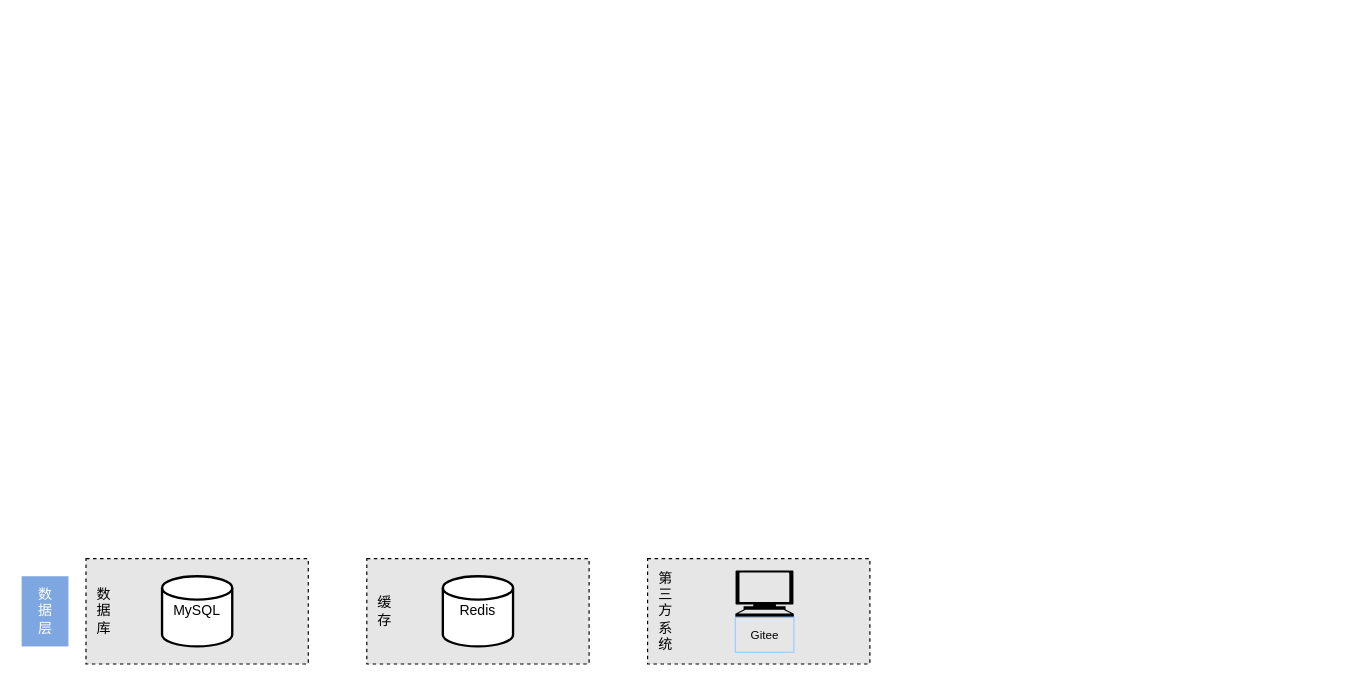
This is weblate/weblate架构图.drawio from weijiang1994/draw-io, a draw.io file, before an edit. Source tidied: cells renumbered, new cells numbered last; positions are measured from the earlier drawing's top-left corner, leaving out a move shared by most shapes. Both pictures are drawn from the tidied source at 117%, with x=0, y=0 at pixel (21, 558).
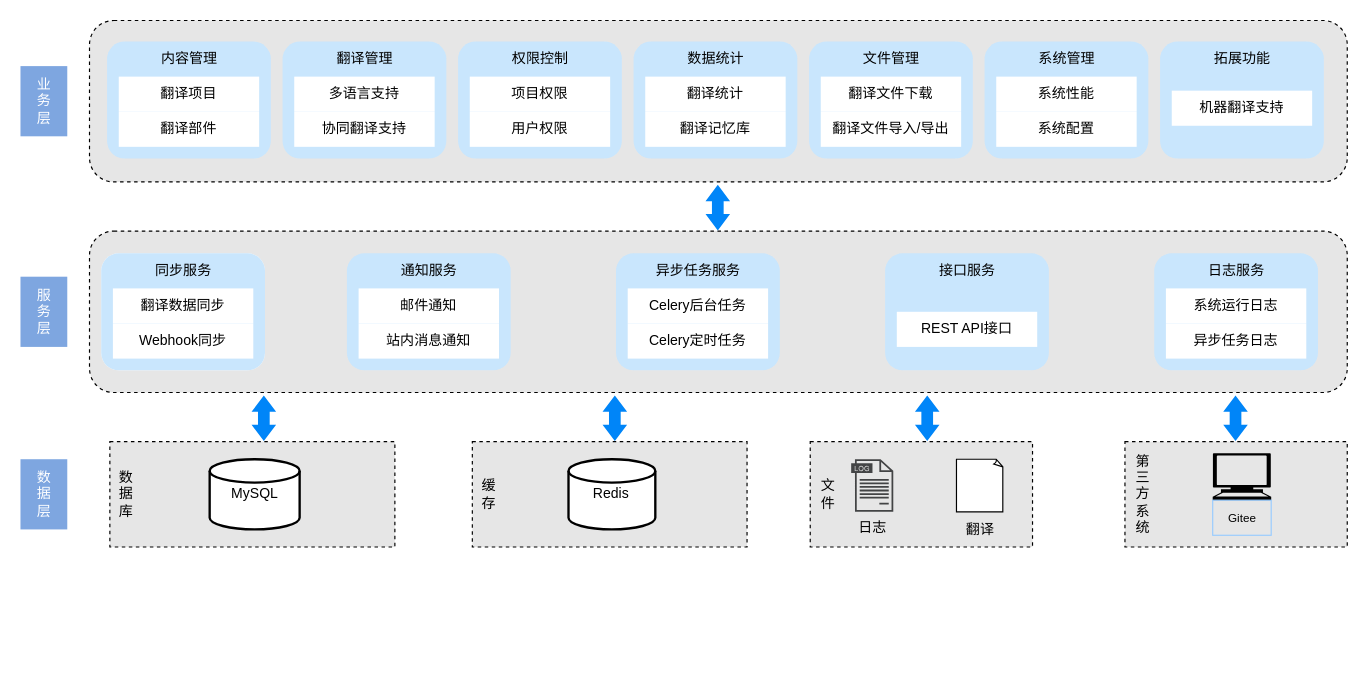
Above is the later version.

Commit message (it also covers changes not shown here):
更新weblate架构图.drawio

The edit, as a diff of the source:
```diff
@@
-    <mxCell id="2" style="group;" parent="1" vertex="1">
-      <mxGeometry width="725" height="90" as="geometry" />
-    </mxCell>
-    <mxCell id="3" style="group;" parent="2" vertex="1">
-      <mxGeometry x="50" width="195" height="90" as="geometry" />
-    </mxCell>
-    <mxCell id="4" style="rounded=0;whiteSpace=wrap;html=1;dashed=1;fillColor=#E6E6E6;" parent="3" vertex="1">
-      <mxGeometry x="5" width="190" height="90" as="geometry" />
-    </mxCell>
-    <mxCell id="5" value="MySQL" style="strokeWidth=2;html=1;shape=mxgraph.flowchart.database;whiteSpace=wrap;" parent="3" vertex="1">
-      <mxGeometry x="70" y="15" width="60" height="60" as="geometry" />
-    </mxCell>
-    <mxCell id="6" value="数&lt;br&gt;据&lt;br&gt;库" style="text;html=1;align=center;verticalAlign=middle;strokeColor=none;fillColor=none;" parent="3" vertex="1">
-      <mxGeometry y="15" width="40" height="60" as="geometry" />
-    </mxCell>
+    <mxCell id="18" style="rounded=1;whiteSpace=wrap;html=1;dashed=1;fillColor=#E6E6E6;" parent="1" vertex="1">
+      <mxGeometry x="58" y="-280" width="1075" height="138" as="geometry" />
+    </mxCell>
+    <mxCell id="19" style="group;fillColor=default;strokeColor=none;rounded=1;" parent="1" vertex="1">
+      <mxGeometry x="68" y="-261" width="140" height="100" as="geometry" />
+    </mxCell>
+    <mxCell id="20" style="rounded=1;whiteSpace=wrap;html=1;dashed=1;fillColor=#C9E6FD;strokeColor=none;" parent="19" vertex="1">
+      <mxGeometry width="140" height="100" as="geometry" />
+    </mxCell>
+    <mxCell id="21" value="翻译数据同步" style="rounded=0;whiteSpace=wrap;html=1;strokeColor=none;" parent="19" vertex="1">
+      <mxGeometry x="10" y="30" width="120" height="30" as="geometry" />
+    </mxCell>
+    <mxCell id="22" style="edgeStyle=orthogonalEdgeStyle;rounded=0;orthogonalLoop=1;jettySize=auto;html=1;exitX=0.5;exitY=1;exitDx=0;exitDy=0;" parent="19" edge="1" source="21" target="21">
+      <mxGeometry relative="1" as="geometry" />
+    </mxCell>
+    <mxCell id="23" value="Webhook同步" style="rounded=0;whiteSpace=wrap;html=1;strokeColor=none;" parent="19" vertex="1">
+      <mxGeometry x="10" y="60" width="120" height="30" as="geometry" />
+    </mxCell>
+    <mxCell id="24" value="同步服务" style="text;html=1;align=center;verticalAlign=middle;strokeColor=none;fillColor=none;" parent="19" vertex="1">
+      <mxGeometry x="35" width="70" height="30" as="geometry" />
+    </mxCell>
+    <mxCell id="25" style="group;" parent="1" vertex="1">
+      <mxGeometry x="278" y="-261" width="140" height="100" as="geometry" />
+    </mxCell>
+    <mxCell id="26" style="rounded=1;whiteSpace=wrap;html=1;dashed=1;fillColor=#C9E6FD;strokeColor=none;" parent="25" vertex="1">
+      <mxGeometry width="140" height="100" as="geometry" />
+    </mxCell>
+    <mxCell id="27" value="邮件通知" style="rounded=0;whiteSpace=wrap;html=1;strokeColor=none;" parent="25" vertex="1">
+      <mxGeometry x="10" y="30" width="120" height="30" as="geometry" />
+    </mxCell>
+    <mxCell id="28" style="edgeStyle=orthogonalEdgeStyle;rounded=0;orthogonalLoop=1;jettySize=auto;html=1;exitX=0.5;exitY=1;exitDx=0;exitDy=0;" parent="25" edge="1" source="27" target="27">
+      <mxGeometry relative="1" as="geometry" />
+    </mxCell>
+    <mxCell id="29" value="站内消息通知" style="rounded=0;whiteSpace=wrap;html=1;strokeColor=none;" parent="25" vertex="1">
+      <mxGeometry x="10" y="60" width="120" height="30" as="geometry" />
+    </mxCell>
+    <mxCell id="30" value="通知服务" style="text;html=1;align=center;verticalAlign=middle;strokeColor=none;fillColor=none;" parent="25" vertex="1">
+      <mxGeometry x="35" width="70" height="30" as="geometry" />
+    </mxCell>
+    <mxCell id="31" style="group;" parent="1" vertex="1">
+      <mxGeometry x="508" y="-261" width="140" height="100" as="geometry" />
+    </mxCell>
+    <mxCell id="32" style="rounded=1;whiteSpace=wrap;html=1;dashed=1;fillColor=#C9E6FD;strokeColor=none;" parent="31" vertex="1">
+      <mxGeometry width="140" height="100" as="geometry" />
+    </mxCell>
+    <mxCell id="33" value="Celery后台任务" style="rounded=0;whiteSpace=wrap;html=1;strokeColor=none;" parent="31" vertex="1">
+      <mxGeometry x="10" y="30" width="120" height="30" as="geometry" />
+    </mxCell>
+    <mxCell id="34" style="edgeStyle=orthogonalEdgeStyle;rounded=0;orthogonalLoop=1;jettySize=auto;html=1;exitX=0.5;exitY=1;exitDx=0;exitDy=0;" parent="31" edge="1" source="33" target="33">
+      <mxGeometry relative="1" as="geometry" />
+    </mxCell>
+    <mxCell id="35" value="Celery定时任务" style="rounded=0;whiteSpace=wrap;html=1;strokeColor=none;" parent="31" vertex="1">
+      <mxGeometry x="10" y="60" width="120" height="30" as="geometry" />
+    </mxCell>
+    <mxCell id="36" value="异步任务服务" style="text;html=1;align=center;verticalAlign=middle;strokeColor=none;fillColor=none;" parent="31" vertex="1">
+      <mxGeometry x="20" width="100" height="30" as="geometry" />
+    </mxCell>
+    <mxCell id="37" style="group;" parent="1" vertex="1">
+      <mxGeometry x="738" y="-261" width="140" height="100" as="geometry" />
+    </mxCell>
+    <mxCell id="38" style="rounded=1;whiteSpace=wrap;html=1;dashed=1;fillColor=#C9E6FD;strokeColor=none;" parent="37" vertex="1">
+      <mxGeometry width="140" height="100" as="geometry" />
+    </mxCell>
+    <mxCell id="39" value="REST API接口" style="rounded=0;whiteSpace=wrap;html=1;strokeColor=none;" parent="37" vertex="1">
+      <mxGeometry x="10" y="50" width="120" height="30" as="geometry" />
+    </mxCell>
+    <mxCell id="40" style="edgeStyle=orthogonalEdgeStyle;rounded=0;orthogonalLoop=1;jettySize=auto;html=1;exitX=0.5;exitY=1;exitDx=0;exitDy=0;" parent="37" edge="1" source="39" target="39">
+      <mxGeometry relative="1" as="geometry" />
+    </mxCell>
+    <mxCell id="41" value="接口服务" style="text;html=1;align=center;verticalAlign=middle;strokeColor=none;fillColor=none;" parent="37" vertex="1">
+      <mxGeometry x="35" width="70" height="30" as="geometry" />
+    </mxCell>
+    <mxCell id="42" style="shape=flexArrow;endArrow=classic;startArrow=classic;html=1;rounded=0;endWidth=10;endSize=4.33;startWidth=10;startSize=4.33;fillColor=#0085F8;strokeColor=none;" parent="1" edge="1">
+      <mxGeometry relative="1" as="geometry">
+        <mxPoint x="595" y="-280" as="sourcePoint" />
+        <mxPoint x="595" y="-320" as="targetPoint" />
+      </mxGeometry>
+    </mxCell>
-    <mxCell id="7" style="group;" parent="2" vertex="1">
-      <mxGeometry x="290" width="195" height="90" as="geometry" />
+    <mxCell id="7" style="group;" parent="1" vertex="1">
+      <mxGeometry x="379" y="-100" width="241" height="90" as="geometry" />
     </mxCell>
     <mxCell id="8" style="rounded=0;whiteSpace=wrap;html=1;dashed=1;fillColor=#E6E6E6;" parent="7" vertex="1">
-      <mxGeometry x="5" width="190" height="90" as="geometry" />
+      <mxGeometry x="6.2" width="234.8" height="90" as="geometry" />
     </mxCell>
     <mxCell id="9" value="Redis" style="strokeWidth=2;html=1;shape=mxgraph.flowchart.database;whiteSpace=wrap;" parent="7" vertex="1">
-      <mxGeometry x="70" y="15" width="60" height="60" as="geometry" />
+      <mxGeometry x="88.4" y="15" width="74.2" height="60" as="geometry" />
     </mxCell>
@@
-    <mxCell id="11" style="group;" parent="2" vertex="1">
-      <mxGeometry x="530" width="195" height="90" as="geometry" />
-    </mxCell>
+    <mxCell id="17" value="数&lt;br&gt;据&lt;br&gt;层" style="text;html=1;align=center;verticalAlign=middle;strokeColor=none;fillColor=#7EA6E0;fontColor=#FFFFFF;" parent="1" vertex="1">
+      <mxGeometry x="-1" y="-85" width="40" height="60" as="geometry" />
+    </mxCell>
+    <mxCell id="43" style="group;" parent="1" vertex="1">
+      <mxGeometry x="669" y="-100" width="195" height="90" as="geometry" />
+    </mxCell>
+    <mxCell id="4" style="rounded=0;whiteSpace=wrap;html=1;dashed=1;fillColor=#E6E6E6;" parent="43" vertex="1">
+      <mxGeometry x="5" width="190" height="90" as="geometry" />
+    </mxCell>
+    <mxCell id="44" value="文&lt;br&gt;件" style="text;html=1;align=center;verticalAlign=middle;strokeColor=none;fillColor=none;" parent="43" vertex="1">
+      <mxGeometry y="25" width="40" height="40" as="geometry" />
+    </mxCell>
+    <mxCell id="45" value="日志" style="sketch=0;shadow=0;dashed=0;html=1;strokeColor=none;fillColor=#434445;labelPosition=center;verticalLabelPosition=bottom;verticalAlign=top;align=center;shape=mxgraph.vvd.log_files;" parent="43" vertex="1">
+      <mxGeometry x="40" y="15" width="36" height="45" as="geometry" />
+    </mxCell>
+    <mxCell id="46" style="whiteSpace=wrap;html=1;shape=mxgraph.basic.document;" parent="43" vertex="1">
+      <mxGeometry x="130" y="15" width="40" height="45" as="geometry" />
+    </mxCell>
+    <mxCell id="47" value="翻译" style="text;html=1;align=center;verticalAlign=middle;strokeColor=none;fillColor=none;" parent="43" vertex="1">
+      <mxGeometry x="125" y="60" width="50" height="30" as="geometry" />
+    </mxCell>
+    <mxCell id="48" style="group;" parent="1" vertex="1">
+      <mxGeometry x="938" y="-100" width="195" height="90" as="geometry" />
+    </mxCell>
-    <mxCell id="12" style="rounded=0;whiteSpace=wrap;html=1;dashed=1;fillColor=#E6E6E6;" parent="11" vertex="1">
+    <mxCell id="12" style="rounded=0;whiteSpace=wrap;html=1;dashed=1;fillColor=#E6E6E6;" parent="48" vertex="1">
       <mxGeometry x="5" width="190" height="90" as="geometry" />
     </mxCell>
-    <mxCell id="13" value="第&lt;br&gt;三&lt;br&gt;方&lt;br&gt;系&lt;br&gt;统" style="text;html=1;align=center;verticalAlign=middle;strokeColor=none;fillColor=none;" parent="11" vertex="1">
+    <mxCell id="13" value="第&lt;br&gt;三&lt;br&gt;方&lt;br&gt;系&lt;br&gt;统" style="text;html=1;align=center;verticalAlign=middle;strokeColor=none;fillColor=none;" parent="48" vertex="1">
       <mxGeometry width="40" height="90" as="geometry" />
     </mxCell>
-    <mxCell id="14" style="group;" parent="11" vertex="1">
+    <mxCell id="14" style="group;" parent="48" vertex="1">
       <mxGeometry x="80" y="10" width="50" height="70" as="geometry" />
     </mxCell>
@@
-    <mxCell id="17" value="数&lt;br&gt;据&lt;br&gt;层" style="text;html=1;align=center;verticalAlign=middle;strokeColor=none;fillColor=#7EA6E0;fontColor=#FFFFFF;" parent="2" vertex="1">
-      <mxGeometry y="15" width="40" height="60" as="geometry" />
-    </mxCell>
+    <mxCell id="49" style="group;" parent="1" vertex="1">
+      <mxGeometry x="69" y="-100" width="250" height="90" as="geometry" />
+    </mxCell>
+    <mxCell id="50" style="rounded=0;whiteSpace=wrap;html=1;dashed=1;fillColor=#E6E6E6;" parent="49" vertex="1">
+      <mxGeometry x="6.4" width="243.6" height="90" as="geometry" />
+    </mxCell>
+    <mxCell id="5" value="MySQL" style="strokeWidth=2;html=1;shape=mxgraph.flowchart.database;whiteSpace=wrap;" parent="49" vertex="1">
+      <mxGeometry x="91.7" y="15" width="76.9" height="60" as="geometry" />
+    </mxCell>
+    <mxCell id="6" value="数&lt;br&gt;据&lt;br&gt;库" style="text;html=1;align=center;verticalAlign=middle;strokeColor=none;fillColor=none;" parent="49" vertex="1">
+      <mxGeometry y="15" width="40" height="60" as="geometry" />
+    </mxCell>
+    <mxCell id="51" value="服&lt;br&gt;务&lt;br&gt;层" style="text;html=1;align=center;verticalAlign=middle;strokeColor=none;fillColor=#7EA6E0;fontColor=#FFFFFF;" parent="1" vertex="1">
+      <mxGeometry x="-1" y="-241" width="40" height="60" as="geometry" />
+    </mxCell>
+    <mxCell id="52" style="group;" parent="1" vertex="1">
+      <mxGeometry x="968" y="-261" width="140" height="100" as="geometry" />
+    </mxCell>
+    <mxCell id="53" style="rounded=1;whiteSpace=wrap;html=1;dashed=1;fillColor=#C9E6FD;strokeColor=none;" parent="52" vertex="1">
+      <mxGeometry width="140" height="100" as="geometry" />
+    </mxCell>
+    <mxCell id="54" value="系统运行日志" style="rounded=0;whiteSpace=wrap;html=1;strokeColor=none;" parent="52" vertex="1">
+      <mxGeometry x="10" y="30" width="120" height="30" as="geometry" />
+    </mxCell>
+    <mxCell id="55" style="edgeStyle=orthogonalEdgeStyle;rounded=0;orthogonalLoop=1;jettySize=auto;html=1;exitX=0.5;exitY=1;exitDx=0;exitDy=0;" parent="52" edge="1" source="54" target="54">
+      <mxGeometry relative="1" as="geometry" />
+    </mxCell>
+    <mxCell id="56" value="异步任务日志" style="rounded=0;whiteSpace=wrap;html=1;strokeColor=none;" parent="52" vertex="1">
+      <mxGeometry x="10" y="60" width="120" height="30" as="geometry" />
+    </mxCell>
+    <mxCell id="57" value="日志服务" style="text;html=1;align=center;verticalAlign=middle;strokeColor=none;fillColor=none;" parent="52" vertex="1">
+      <mxGeometry x="35" width="70" height="30" as="geometry" />
+    </mxCell>
+    <mxCell id="58" value="业&lt;br&gt;务&lt;br&gt;层" style="text;html=1;align=center;verticalAlign=middle;strokeColor=none;fillColor=#7EA6E0;fontColor=#FFFFFF;" parent="1" vertex="1">
+      <mxGeometry x="-1" y="-421" width="40" height="60" as="geometry" />
+    </mxCell>
+    <mxCell id="59" style="group;" parent="1" vertex="1">
+      <mxGeometry x="58" y="-460" width="1075" height="138" as="geometry" />
+    </mxCell>
+    <mxCell id="60" style="rounded=1;whiteSpace=wrap;html=1;dashed=1;fillColor=#E6E6E6;" parent="59" vertex="1">
+      <mxGeometry width="1075" height="138" as="geometry" />
+    </mxCell>
+    <mxCell id="61" style="group;" parent="59" vertex="1">
+      <mxGeometry x="15" y="18" width="140" height="100" as="geometry" />
+    </mxCell>
+    <mxCell id="62" style="rounded=1;whiteSpace=wrap;html=1;dashed=1;fillColor=#C9E6FD;strokeColor=none;" parent="61" vertex="1">
+      <mxGeometry width="140" height="100" as="geometry" />
+    </mxCell>
+    <mxCell id="63" value="翻译项目" style="rounded=0;whiteSpace=wrap;html=1;strokeColor=none;" parent="61" vertex="1">
+      <mxGeometry x="10" y="30" width="120" height="30" as="geometry" />
+    </mxCell>
+    <mxCell id="64" style="edgeStyle=orthogonalEdgeStyle;rounded=0;orthogonalLoop=1;jettySize=auto;html=1;exitX=0.5;exitY=1;exitDx=0;exitDy=0;" parent="61" edge="1" source="63" target="63">
+      <mxGeometry relative="1" as="geometry" />
+    </mxCell>
+    <mxCell id="65" value="翻译部件" style="rounded=0;whiteSpace=wrap;html=1;strokeColor=none;" parent="61" vertex="1">
+      <mxGeometry x="10" y="60" width="120" height="30" as="geometry" />
+    </mxCell>
+    <mxCell id="66" value="内容管理" style="text;html=1;align=center;verticalAlign=middle;strokeColor=none;fillColor=none;" parent="61" vertex="1">
+      <mxGeometry x="35" width="70" height="30" as="geometry" />
+    </mxCell>
+    <mxCell id="67" style="group;" parent="59" vertex="1">
+      <mxGeometry x="165" y="18" width="140" height="100" as="geometry" />
+    </mxCell>
+    <mxCell id="68" style="rounded=1;whiteSpace=wrap;html=1;dashed=1;fillColor=#C9E6FD;strokeColor=none;" parent="67" vertex="1">
+      <mxGeometry width="140" height="100" as="geometry" />
+    </mxCell>
+    <mxCell id="69" value="多语言支持" style="rounded=0;whiteSpace=wrap;html=1;strokeColor=none;" parent="67" vertex="1">
+      <mxGeometry x="10" y="30" width="120" height="30" as="geometry" />
+    </mxCell>
+    <mxCell id="70" style="edgeStyle=orthogonalEdgeStyle;rounded=0;orthogonalLoop=1;jettySize=auto;html=1;exitX=0.5;exitY=1;exitDx=0;exitDy=0;" parent="67" edge="1" source="69" target="69">
+      <mxGeometry relative="1" as="geometry" />
+    </mxCell>
+    <mxCell id="71" value="协同翻译支持" style="rounded=0;whiteSpace=wrap;html=1;strokeColor=none;" parent="67" vertex="1">
+      <mxGeometry x="10" y="60" width="120" height="30" as="geometry" />
+    </mxCell>
+    <mxCell id="72" value="翻译管理" style="text;html=1;align=center;verticalAlign=middle;strokeColor=none;fillColor=none;" parent="67" vertex="1">
+      <mxGeometry x="35" width="70" height="30" as="geometry" />
+    </mxCell>
+    <mxCell id="73" style="group;" parent="59" vertex="1">
+      <mxGeometry x="315" y="18" width="140" height="100" as="geometry" />
+    </mxCell>
+    <mxCell id="74" style="rounded=1;whiteSpace=wrap;html=1;dashed=1;fillColor=#C9E6FD;strokeColor=none;" parent="73" vertex="1">
+      <mxGeometry width="140" height="100" as="geometry" />
+    </mxCell>
+    <mxCell id="75" value="项目权限" style="rounded=0;whiteSpace=wrap;html=1;strokeColor=none;" parent="73" vertex="1">
+      <mxGeometry x="10" y="30" width="120" height="30" as="geometry" />
+    </mxCell>
+    <mxCell id="76" style="edgeStyle=orthogonalEdgeStyle;rounded=0;orthogonalLoop=1;jettySize=auto;html=1;exitX=0.5;exitY=1;exitDx=0;exitDy=0;" parent="73" edge="1" source="75" target="75">
+      <mxGeometry relative="1" as="geometry" />
+    </mxCell>
+    <mxCell id="77" value="用户权限" style="rounded=0;whiteSpace=wrap;html=1;strokeColor=none;" parent="73" vertex="1">
+      <mxGeometry x="10" y="60" width="120" height="30" as="geometry" />
+    </mxCell>
+    <mxCell id="78" value="权限控制" style="text;html=1;align=center;verticalAlign=middle;strokeColor=none;fillColor=none;" parent="73" vertex="1">
+      <mxGeometry x="35" width="70" height="30" as="geometry" />
+    </mxCell>
+    <mxCell id="79" style="group;" parent="59" vertex="1">
+      <mxGeometry x="915" y="18" width="140" height="100" as="geometry" />
+    </mxCell>
+    <mxCell id="80" style="rounded=1;whiteSpace=wrap;html=1;dashed=1;fillColor=#C9E6FD;strokeColor=none;" parent="79" vertex="1">
+      <mxGeometry width="140" height="100" as="geometry" />
+    </mxCell>
+    <mxCell id="81" value="机器翻译支持" style="rounded=0;whiteSpace=wrap;html=1;strokeColor=none;" parent="79" vertex="1">
+      <mxGeometry x="10" y="42" width="120" height="30" as="geometry" />
+    </mxCell>
+    <mxCell id="82" style="edgeStyle=orthogonalEdgeStyle;rounded=0;orthogonalLoop=1;jettySize=auto;html=1;exitX=0.5;exitY=1;exitDx=0;exitDy=0;" parent="79" edge="1" source="81" target="81">
+      <mxGeometry relative="1" as="geometry" />
+    </mxCell>
+    <mxCell id="83" value="拓展功能" style="text;html=1;align=center;verticalAlign=middle;strokeColor=none;fillColor=none;" parent="79" vertex="1">
+      <mxGeometry x="35" width="70" height="30" as="geometry" />
+    </mxCell>
+    <mxCell id="84" style="group;" parent="59" vertex="1">
+      <mxGeometry x="765" y="18" width="140" height="100" as="geometry" />
+    </mxCell>
+    <mxCell id="85" style="rounded=1;whiteSpace=wrap;html=1;dashed=1;fillColor=#C9E6FD;strokeColor=none;" parent="84" vertex="1">
+      <mxGeometry width="140" height="100" as="geometry" />
+    </mxCell>
+    <mxCell id="86" value="系统性能" style="rounded=0;whiteSpace=wrap;html=1;strokeColor=none;" parent="84" vertex="1">
+      <mxGeometry x="10" y="30" width="120" height="30" as="geometry" />
+    </mxCell>
+    <mxCell id="87" style="edgeStyle=orthogonalEdgeStyle;rounded=0;orthogonalLoop=1;jettySize=auto;html=1;exitX=0.5;exitY=1;exitDx=0;exitDy=0;" parent="84" edge="1" source="86" target="86">
+      <mxGeometry relative="1" as="geometry" />
+    </mxCell>
+    <mxCell id="88" value="系统配置" style="rounded=0;whiteSpace=wrap;html=1;strokeColor=none;" parent="84" vertex="1">
+      <mxGeometry x="10" y="60" width="120" height="30" as="geometry" />
+    </mxCell>
+    <mxCell id="89" value="系统管理" style="text;html=1;align=center;verticalAlign=middle;strokeColor=none;fillColor=none;" parent="84" vertex="1">
+      <mxGeometry x="35" width="70" height="30" as="geometry" />
+    </mxCell>
+    <mxCell id="90" style="group;" parent="59" vertex="1">
+      <mxGeometry x="465" y="18" width="140" height="100" as="geometry" />
+    </mxCell>
+    <mxCell id="91" style="rounded=1;whiteSpace=wrap;html=1;dashed=1;fillColor=#C9E6FD;strokeColor=none;" parent="90" vertex="1">
+      <mxGeometry width="140" height="100" as="geometry" />
+    </mxCell>
+    <mxCell id="92" value="翻译统计" style="rounded=0;whiteSpace=wrap;html=1;strokeColor=none;" parent="90" vertex="1">
+      <mxGeometry x="10" y="30" width="120" height="30" as="geometry" />
+    </mxCell>
+    <mxCell id="93" style="edgeStyle=orthogonalEdgeStyle;rounded=0;orthogonalLoop=1;jettySize=auto;html=1;exitX=0.5;exitY=1;exitDx=0;exitDy=0;" parent="90" edge="1" source="92" target="92">
+      <mxGeometry relative="1" as="geometry" />
+    </mxCell>
+    <mxCell id="94" value="翻译记忆库" style="rounded=0;whiteSpace=wrap;html=1;strokeColor=none;" parent="90" vertex="1">
+      <mxGeometry x="10" y="60" width="120" height="30" as="geometry" />
+    </mxCell>
+    <mxCell id="95" value="数据统计" style="text;html=1;align=center;verticalAlign=middle;strokeColor=none;fillColor=none;" parent="90" vertex="1">
+      <mxGeometry x="35" width="70" height="30" as="geometry" />
+    </mxCell>
+    <mxCell id="96" style="group;" parent="59" vertex="1">
+      <mxGeometry x="615" y="18" width="140" height="100" as="geometry" />
+    </mxCell>
+    <mxCell id="97" style="rounded=1;whiteSpace=wrap;html=1;dashed=1;fillColor=#C9E6FD;strokeColor=none;" parent="96" vertex="1">
+      <mxGeometry width="140" height="100" as="geometry" />
+    </mxCell>
+    <mxCell id="98" value="翻译文件下载" style="rounded=0;whiteSpace=wrap;html=1;strokeColor=none;" parent="96" vertex="1">
+      <mxGeometry x="10" y="30" width="120" height="30" as="geometry" />
+    </mxCell>
+    <mxCell id="99" style="edgeStyle=orthogonalEdgeStyle;rounded=0;orthogonalLoop=1;jettySize=auto;html=1;exitX=0.5;exitY=1;exitDx=0;exitDy=0;" parent="96" edge="1" source="98" target="98">
+      <mxGeometry relative="1" as="geometry" />
+    </mxCell>
+    <mxCell id="100" value="翻译文件导入/导出" style="rounded=0;whiteSpace=wrap;html=1;strokeColor=none;" parent="96" vertex="1">
+      <mxGeometry x="10" y="60" width="120" height="30" as="geometry" />
+    </mxCell>
+    <mxCell id="101" value="文件管理" style="text;html=1;align=center;verticalAlign=middle;strokeColor=none;fillColor=none;" parent="96" vertex="1">
+      <mxGeometry x="35" width="70" height="30" as="geometry" />
+    </mxCell>
+    <mxCell id="102" style="shape=flexArrow;endArrow=classic;startArrow=classic;html=1;rounded=0;endWidth=10;endSize=4.33;startWidth=10;startSize=4.33;fillColor=#0085F8;strokeColor=none;" parent="1" edge="1">
+      <mxGeometry relative="1" as="geometry">
+        <mxPoint x="207" y="-100" as="sourcePoint" />
+        <mxPoint x="207" y="-140" as="targetPoint" />
+      </mxGeometry>
+    </mxCell>
+    <mxCell id="103" style="shape=flexArrow;endArrow=classic;startArrow=classic;html=1;rounded=0;endWidth=10;endSize=4.33;startWidth=10;startSize=4.33;fillColor=#0085F8;strokeColor=none;" parent="1" edge="1">
+      <mxGeometry relative="1" as="geometry">
+        <mxPoint x="507" y="-100" as="sourcePoint" />
+        <mxPoint x="507" y="-140" as="targetPoint" />
+      </mxGeometry>
+    </mxCell>
+    <mxCell id="104" style="shape=flexArrow;endArrow=classic;startArrow=classic;html=1;rounded=0;endWidth=10;endSize=4.33;startWidth=10;startSize=4.33;fillColor=#0085F8;strokeColor=none;" parent="1" edge="1">
+      <mxGeometry relative="1" as="geometry">
+        <mxPoint x="774" y="-100" as="sourcePoint" />
+        <mxPoint x="774" y="-140" as="targetPoint" />
+      </mxGeometry>
+    </mxCell>
+    <mxCell id="105" style="shape=flexArrow;endArrow=classic;startArrow=classic;html=1;rounded=0;endWidth=10;endSize=4.33;startWidth=10;startSize=4.33;fillColor=#0085F8;strokeColor=none;" parent="1" edge="1">
+      <mxGeometry relative="1" as="geometry">
+        <mxPoint x="1037.5" y="-100" as="sourcePoint" />
+        <mxPoint x="1037.5" y="-140" as="targetPoint" />
+      </mxGeometry>
+    </mxCell>
```
